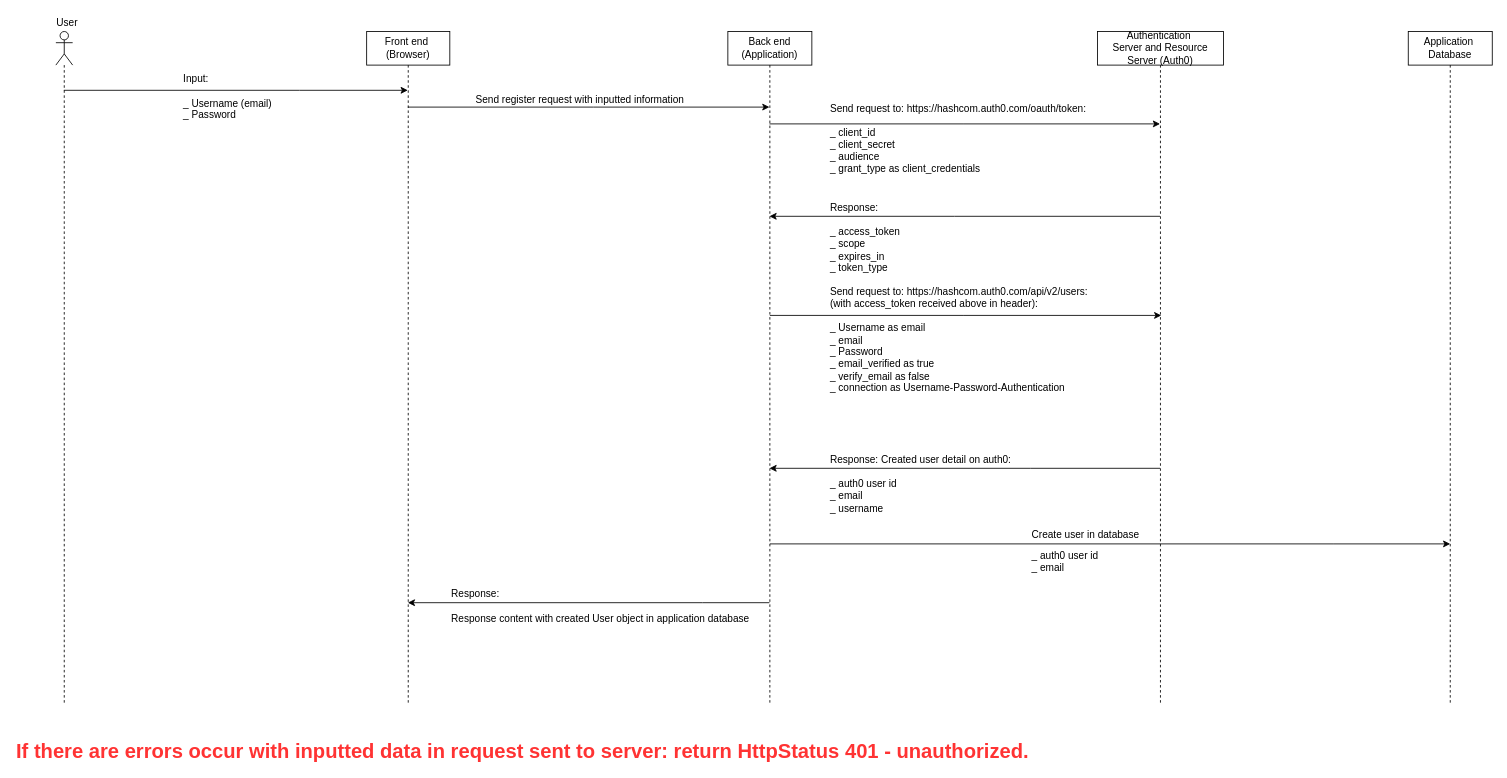
The draw.io diagram register.drawio in quocq6hcm/HeHeHe, before the edit. Source tidied: cells renumbered, new cells numbered last; positions are measured from the earlier drawing's top-left corner, leaving out a move shared by most shapes. Both pictures are drawn from the tidied source at 84%, with x=0, y=0 at pixel (14, 14).
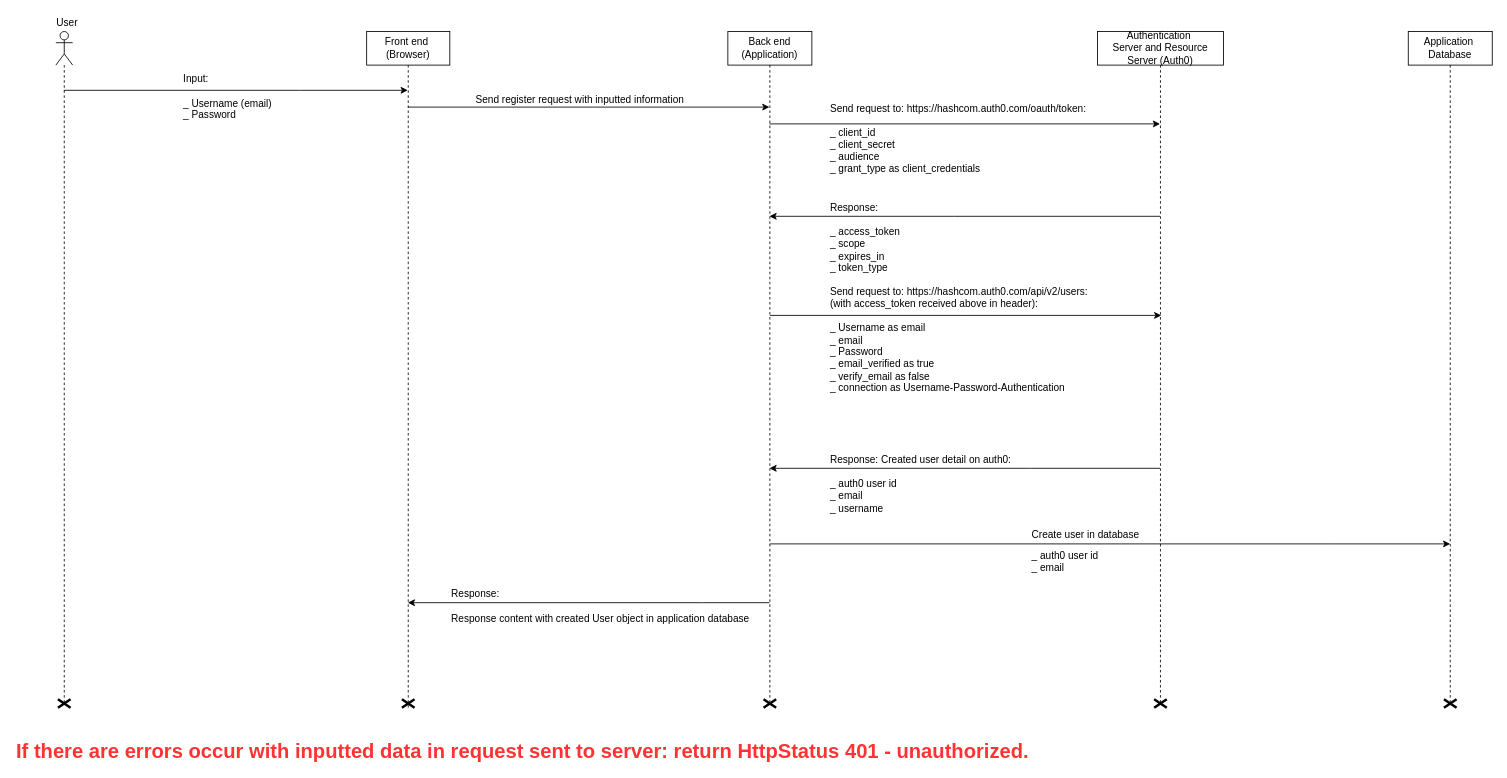
Above is the later version.

Diff of the diagram source:
```diff
@@
     <mxCell id="3" value="Front end&amp;nbsp;&lt;br&gt;(Browser)&lt;br&gt;" style="shape=umlLifeline;perimeter=lifelinePerimeter;whiteSpace=wrap;html=1;outlineConnect=0;" parent="1" vertex="1">
-      <mxGeometry x="419" y="20" width="99" height="800" as="geometry" />
+      <mxGeometry x="419" y="20" width="99" height="805" as="geometry" />
     </mxCell>
+    <mxCell id="26" style="shape=umlDestroy;whiteSpace=wrap;html=1;strokeWidth=3;" parent="3" vertex="1">
+      <mxGeometry x="42" y="795" width="15" height="10" as="geometry" />
+    </mxCell>
@@
+    <mxCell id="27" style="shape=umlDestroy;whiteSpace=wrap;html=1;strokeWidth=3;" parent="1" vertex="1">
+      <mxGeometry x="1356.5" y="815" width="15" height="10" as="geometry" />
+    </mxCell>
+    <mxCell id="28" style="shape=umlDestroy;whiteSpace=wrap;html=1;strokeWidth=3;" parent="1" vertex="1">
+      <mxGeometry x="1701.5" y="815" width="15" height="10" as="geometry" />
+    </mxCell>
+    <mxCell id="29" style="shape=umlDestroy;whiteSpace=wrap;html=1;strokeWidth=3;" parent="1" vertex="1">
+      <mxGeometry x="891.5" y="815" width="15" height="10" as="geometry" />
+    </mxCell>
+    <mxCell id="30" style="shape=umlDestroy;whiteSpace=wrap;html=1;strokeWidth=3;" parent="1" vertex="1">
+      <mxGeometry x="51.5" y="815" width="15" height="10" as="geometry" />
+    </mxCell>
```
